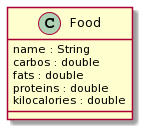
Earlier version of the PlantUML export docs/images/FoodClassDiagram.png (nus-cs2103-AY2021S2/tp). The source it was exported from:
```plantuml
@startuml
class Food {
  name : String
  carbos : double
  fats : double
  proteins : double
  kilocalories : double
}
@enduml
```
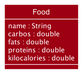
Later version of the same file.

Commit message:
Update Class Diagrams style to module convention

Diff of the diagram source:
```diff
@@ -1,4 +1,12 @@
 @startuml
+!include style.puml
+skinparam arrowThickness 1.1
+skinparam arrowColor #73c8df
+skinparam classBackgroundColor MODEL_COLOR
+skinparam classAttributeFontColor #FFFFFF
+skinparam ArrowColor MODEL_COLOR
+show members
+
 class Food {
   name : String
   carbos : double
@@ -6,4 +14,5 @@
   proteins : double
   kilocalories : double
 }
+
 @enduml
```
